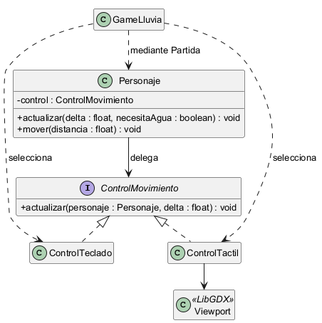
The PlantUML diagram docs/uml/03-strategy.png in maverick1006/Proyecto-Game-LLuvia-, before a commit. Its diagram source:
```plantuml
@startuml
!pragma layout smetana
skinparam backgroundColor white
skinparam shadowing false
skinparam classAttributeIconSize 0
skinparam defaultFontName SansSerif
skinparam defaultFontSize 13
hide empty members
interface ControlMovimiento {
 + actualizar(personaje : Personaje, delta : float) : void
}
class Personaje {
 - control : ControlMovimiento
 + actualizar(delta : float, necesitaAgua : boolean) : void
 + mover(distancia : float) : void
}
class ControlTeclado
class ControlTactil
class GameLluvia
class Viewport <<LibGDX>>
ControlMovimiento <|.. ControlTeclado
ControlMovimiento <|.. ControlTactil
Personaje --> ControlMovimiento : delega
GameLluvia ..> ControlTeclado : selecciona
GameLluvia ..> ControlTactil : selecciona
GameLluvia ..> Personaje : mediante Partida
ControlTactil --> Viewport
@enduml
```
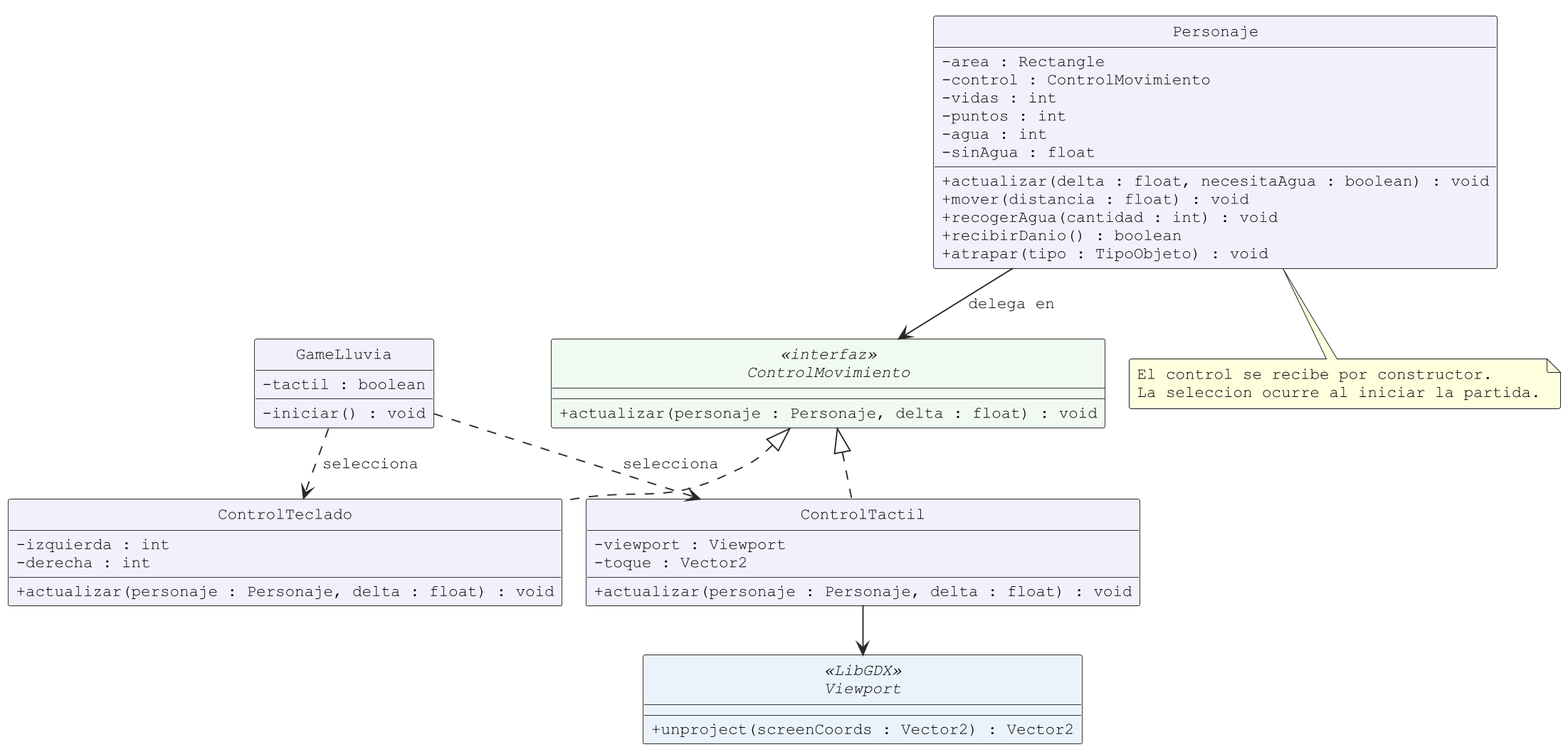
The same diagram one commit later.

What changed in the source:
```diff
@@ -3,26 +3,59 @@
 skinparam backgroundColor white
 skinparam shadowing false
 skinparam classAttributeIconSize 0
-skinparam defaultFontName SansSerif
-skinparam defaultFontSize 13
-hide empty members
-interface ControlMovimiento {
+skinparam defaultFontName Courier New
+skinparam defaultFontSize 12
+skinparam dpi 180
+skinparam roundcorner 3
+skinparam ArrowColor #292929
+skinparam classBorderColor #292929
+skinparam classBackgroundColor #F3F0FC
+skinparam classBackgroundColor<<abstracta>> #FFFCEB
+skinparam classBackgroundColor<<interfaz>> #F0FAF0
+skinparam classBackgroundColor<<LibGDX>> #EAF3FB
+hide circle
+class Personaje {
+ - area : Rectangle
+ - control : ControlMovimiento
+ - vidas : int
+ - puntos : int
+ - agua : int
+ - sinAgua : float
+ + actualizar(delta : float, necesitaAgua : boolean) : void
+ + mover(distancia : float) : void
+ + recogerAgua(cantidad : int) : void
+ + recibirDanio() : boolean
+ + atrapar(tipo : TipoObjeto) : void
+}
+interface ControlMovimiento <<interfaz>> {
  + actualizar(personaje : Personaje, delta : float) : void
 }
-class Personaje {
- - control : ControlMovimiento
- + actualizar(delta : float, necesitaAgua : boolean) : void
- + mover(distancia : float) : void
+class ControlTeclado {
+ - izquierda : int
+ - derecha : int
+ + actualizar(personaje : Personaje, delta : float) : void
 }
-class ControlTeclado
-class ControlTactil
-class GameLluvia
-class Viewport <<LibGDX>>
+class ControlTactil {
+ - viewport : Viewport
+ - toque : Vector2
+ + actualizar(personaje : Personaje, delta : float) : void
+}
 ControlMovimiento <|.. ControlTeclado
 ControlMovimiento <|.. ControlTactil
-Personaje --> ControlMovimiento : delega
+class GameLluvia {
+ - tactil : boolean
+ - iniciar() : void
+}
+abstract class Viewport <<LibGDX>> {
+ + unproject(screenCoords : Vector2) : Vector2
+}
+Personaje --> ControlMovimiento : delega en
 GameLluvia ..> ControlTeclado : selecciona
 GameLluvia ..> ControlTactil : selecciona
-GameLluvia ..> Personaje : mediante Partida
 ControlTactil --> Viewport
+note bottom of Personaje
+El control se recibe por constructor.
+La seleccion ocurre al iniciar la partida.
+end note
+
 @enduml
```
